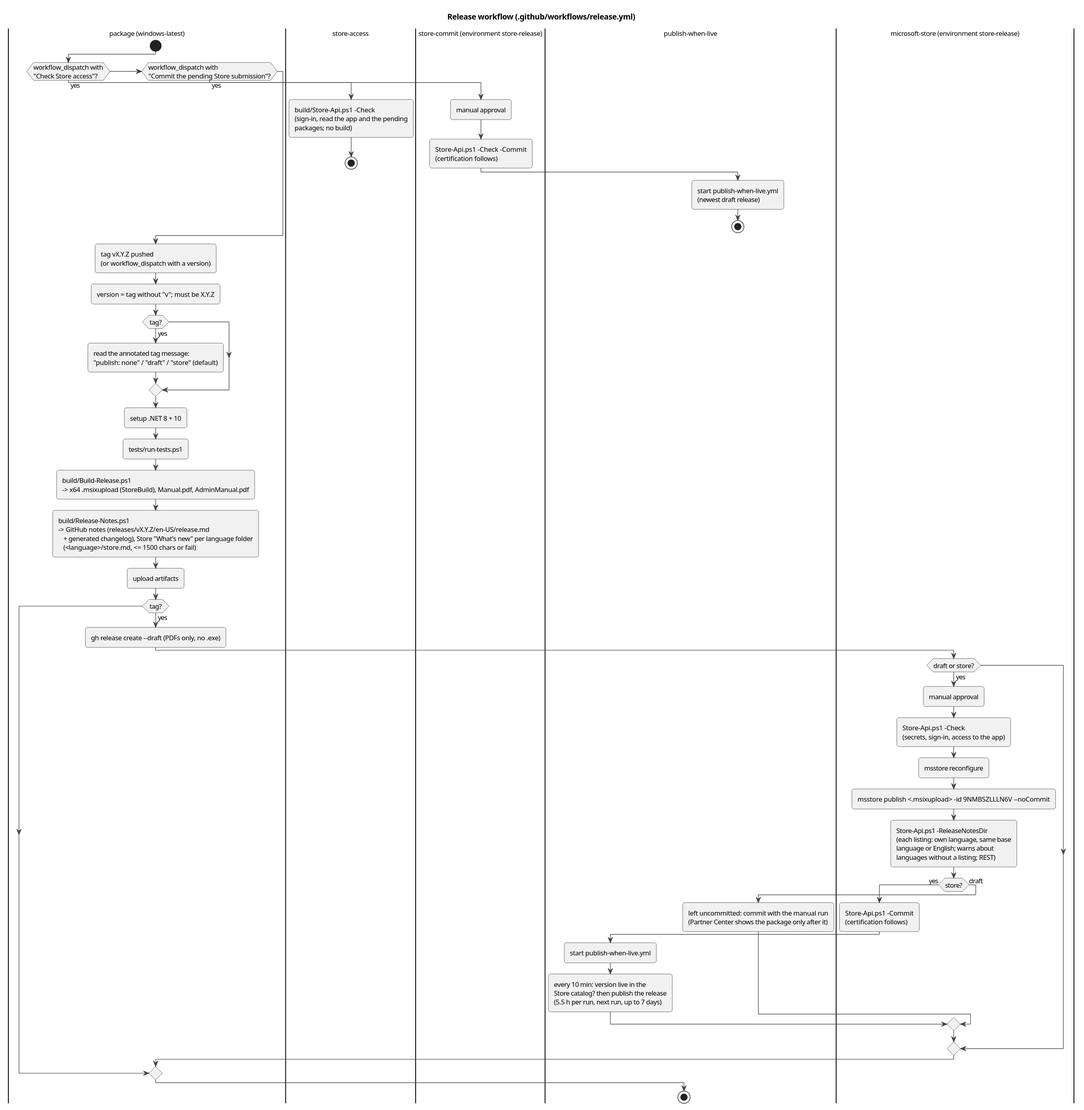
Above: docs/architecture/diagrams/act-release.svg in halatsWol/TextTemplateManager-v2 (PlantUML), before the change. Its diagram source:
```plantuml
@startuml
!include _style.iuml
title Release workflow (.github/workflows/release.yml)

|package (windows-latest)|
start
if (workflow_dispatch with\n"Check Store access"?) then (yes)
  |store-access|
  :build/Store-Api.ps1 -Check\n(sign-in, read the app and the pending\npackages; no build);
  stop
elseif (workflow_dispatch with\n"Commit the pending Store submission"?) then (yes)
  |store-commit (environment store-release)|
  :manual approval;
  :Store-Api.ps1 -Check -Commit\n(certification follows);
  |publish-when-live|
  :start publish-when-live.yml\n(newest draft release);
  stop
endif
|package (windows-latest)|
:tag vX.Y.Z pushed\n(or workflow_dispatch with a version);
:version = tag without "v"; must be X.Y.Z;
if (tag?) then (yes)
  :read the annotated tag message:\n"publish: none" / "draft" / "store" (default);
endif
:setup .NET 8 + 10;
:tests/run-tests.ps1;
:build/Build-Release.ps1\n-> x64 .msixupload (StoreBuild), Manual.pdf, AdminManual.pdf;
:build/Release-Notes.ps1\n-> GitHub notes (releases/vX.Y.Z/en-US/release.md\n   + generated changelog), Store "What's new" per language folder\n   (<language>/store.md, <= 1500 chars or fail);
:upload artifacts;
if (tag?) then (yes)
  :gh release create --draft (PDFs only, no .exe);
  |microsoft-store (environment store-release)|
  if (draft or store?) then (yes)
    :manual approval;
    :Store-Api.ps1 -Check\n(secrets, sign-in, access to the app);
    :msstore reconfigure;
    :msstore publish <.msixupload> -id 9NMBSZLLLN6V --noCommit;
    :Store-Api.ps1 -ReleaseNotesDir\n(each listing: own language, same base\nlanguage or English; warns about\nlanguages without a listing; REST);
    if (store?) then (yes)
      :Store-Api.ps1 -Commit\n(certification follows);
      |publish-when-live|
      :start publish-when-live.yml;
      :every 10 min: version live in the\nStore catalog? then publish the release\n(5.5 h per run, next run, up to 7 days);
    else (draft)
      :left uncommitted: commit with the manual run\n(Partner Center shows the package only after it);
    endif
  endif
endif
stop
@enduml
```
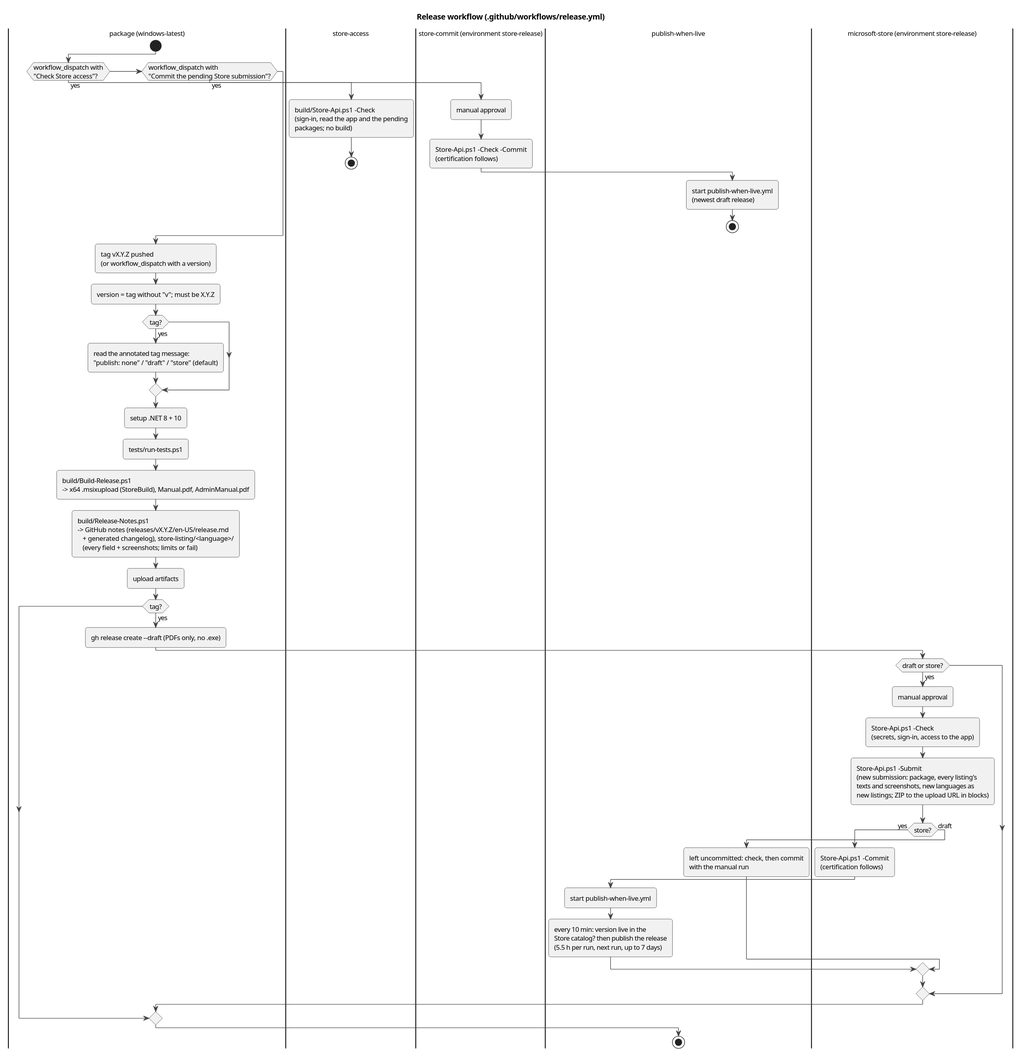
Later version of the same file.

Commit message:
store: full listing per language in the build artifact for every publish mode; Store-Api submits package, listings and screenshots itself (no msstore CLI)

The edit, as a diff of the source:
```diff
@@ -25,7 +25,7 @@
 :setup .NET 8 + 10;
 :tests/run-tests.ps1;
 :build/Build-Release.ps1\n-> x64 .msixupload (StoreBuild), Manual.pdf, AdminManual.pdf;
-:build/Release-Notes.ps1\n-> GitHub notes (releases/vX.Y.Z/en-US/release.md\n   + generated changelog), Store "What's new" per language folder\n   (<language>/store.md, <= 1500 chars or fail);
+:build/Release-Notes.ps1\n-> GitHub notes (releases/vX.Y.Z/en-US/release.md\n   + generated changelog), store-listing/<language>/\n   (every field + screenshots; limits or fail);
 :upload artifacts;
 if (tag?) then (yes)
   :gh release create --draft (PDFs only, no .exe);
@@ -33,16 +33,14 @@
   if (draft or store?) then (yes)
     :manual approval;
     :Store-Api.ps1 -Check\n(secrets, sign-in, access to the app);
-    :msstore reconfigure;
-    :msstore publish <.msixupload> -id 9NMBSZLLLN6V --noCommit;
-    :Store-Api.ps1 -ReleaseNotesDir\n(each listing: own language, same base\nlanguage or English; warns about\nlanguages without a listing; REST);
+    :Store-Api.ps1 -Submit\n(new submission: package, every listing's\ntexts and screenshots, new languages as\nnew listings; ZIP to the upload URL in blocks);
     if (store?) then (yes)
       :Store-Api.ps1 -Commit\n(certification follows);
       |publish-when-live|
       :start publish-when-live.yml;
       :every 10 min: version live in the\nStore catalog? then publish the release\n(5.5 h per run, next run, up to 7 days);
     else (draft)
-      :left uncommitted: commit with the manual run\n(Partner Center shows the package only after it);
+      :left uncommitted: check, then commit\nwith the manual run;
     endif
   endif
 endif
```
